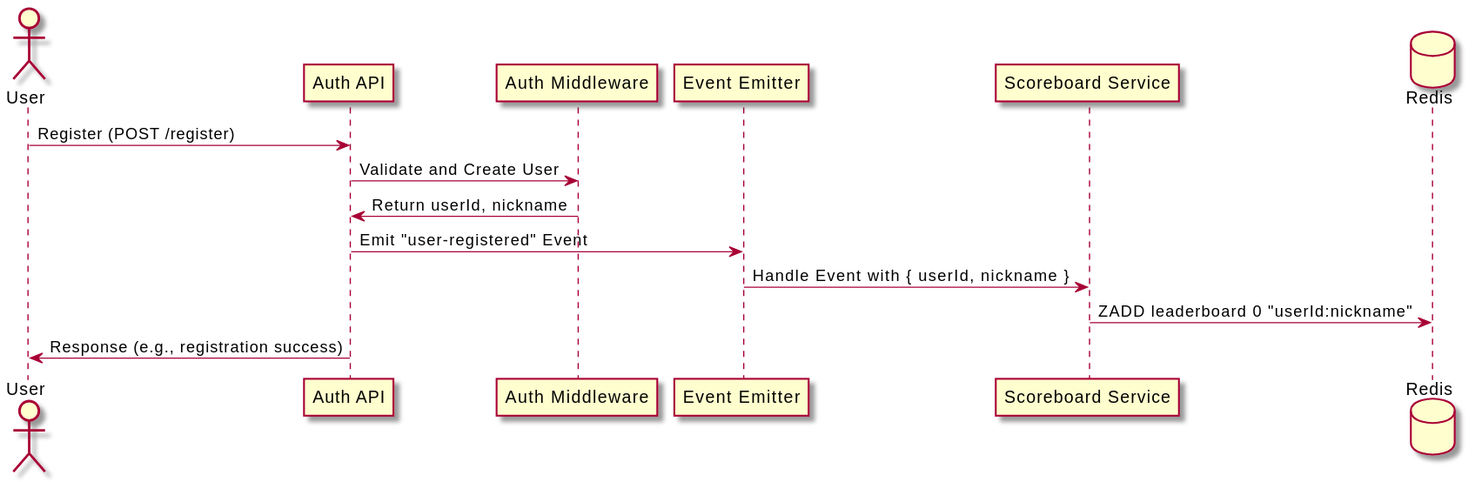
Earlier version of the PlantUML export 3-design-leaderboard/diagram1.svg (lukanthrope/tt-1-3). Its diagram source:
```plantuml
@startuml
skin rose

actor User
participant API as "Auth API"
participant "Auth Middleware" as Auth
participant "Event Emitter" as Emitter
participant "Scoreboard Service" as Scoreboard
database Redis

User -> API: Register (POST /register)
API -> Auth: Validate and Create User
Auth -> API: Return userId, nickname
API -> Emitter: Emit "user-registered" Event
Emitter -> Scoreboard: Handle Event with { userId, nickname }

Scoreboard -> Redis: ZADD leaderboard 0 "userId:nickname"

API -> User: Response (e.g., registration success)
@enduml
```
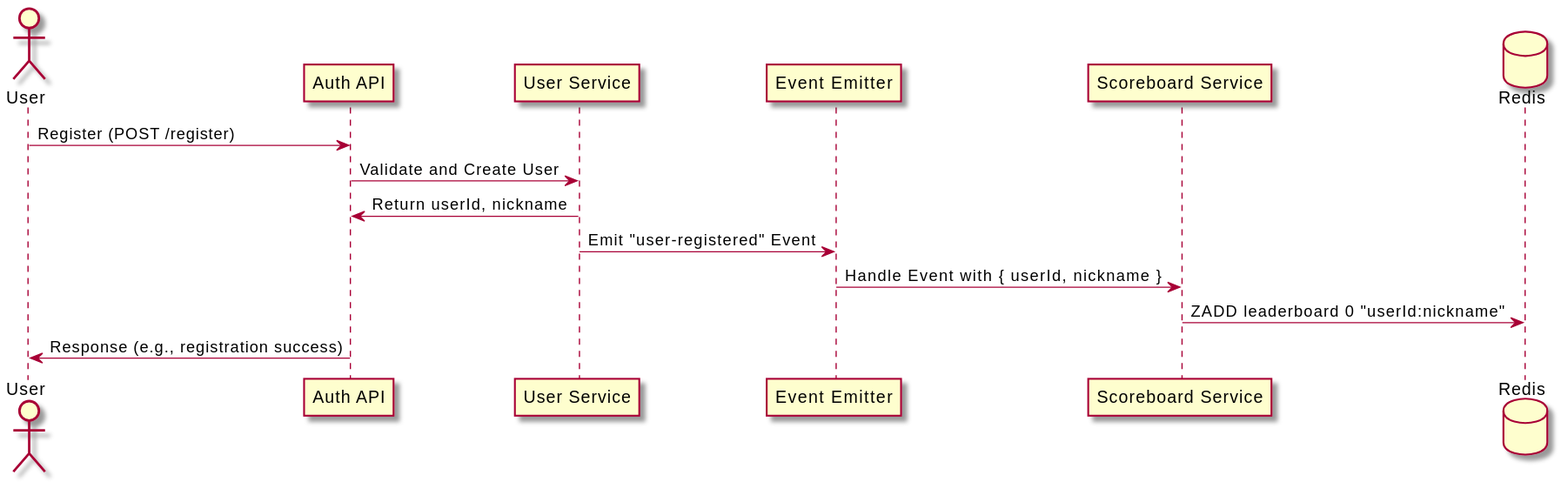
After the change.

Commit message:
fix (task3): naming in diagram

The edit, as a diff of the source:
```diff
@@ -3,7 +3,7 @@
 
 actor User
 participant API as "Auth API"
-participant "Auth Middleware" as Auth
+participant "User Service" as Auth
 participant "Event Emitter" as Emitter
 participant "Scoreboard Service" as Scoreboard
 database Redis
@@ -11,7 +11,7 @@
 User -> API: Register (POST /register)
 API -> Auth: Validate and Create User
 Auth -> API: Return userId, nickname
-API -> Emitter: Emit "user-registered" Event
+Auth -> Emitter: Emit "user-registered" Event
 Emitter -> Scoreboard: Handle Event with { userId, nickname }
 
 Scoreboard -> Redis: ZADD leaderboard 0 "userId:nickname"
```
